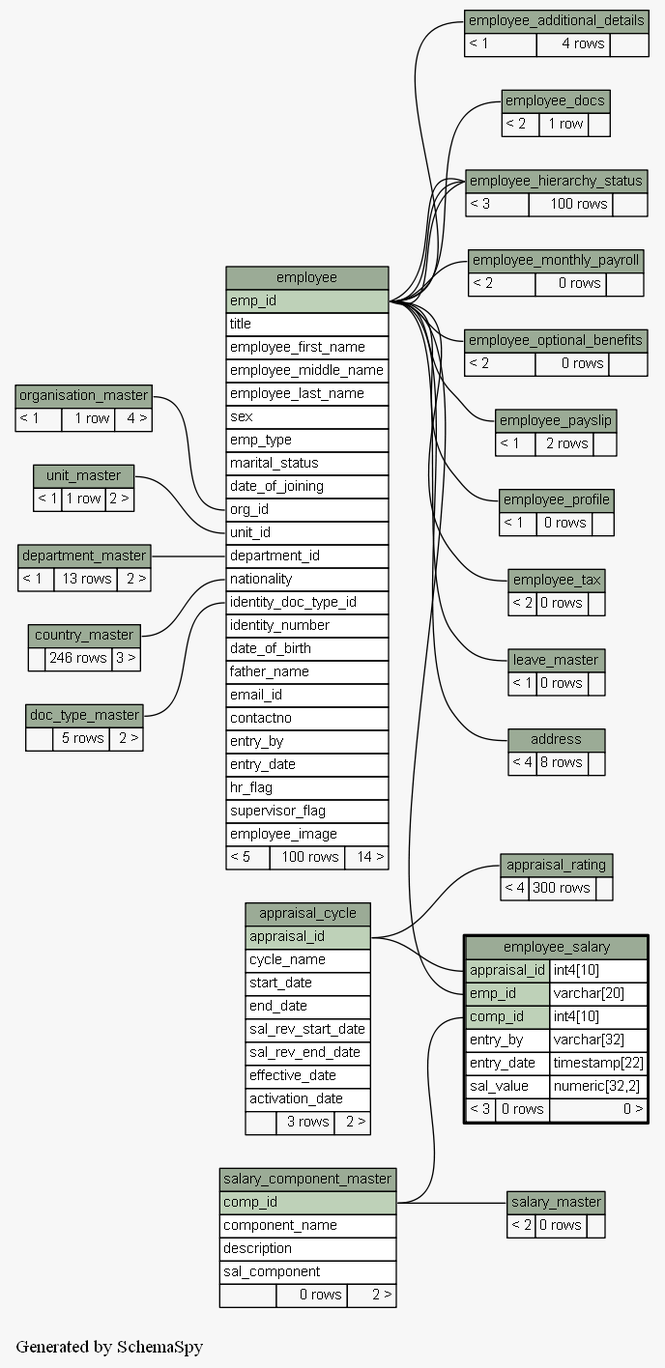
engineerscraft/hrms keeps this Graphviz diagram as docs/database/schemaspy/graphs/employee_salary.2degrees.png. Above is the earlier version. Its source is kept beside it as docs/database/schemaspy/graphs/employee_salary.2degrees.dot.
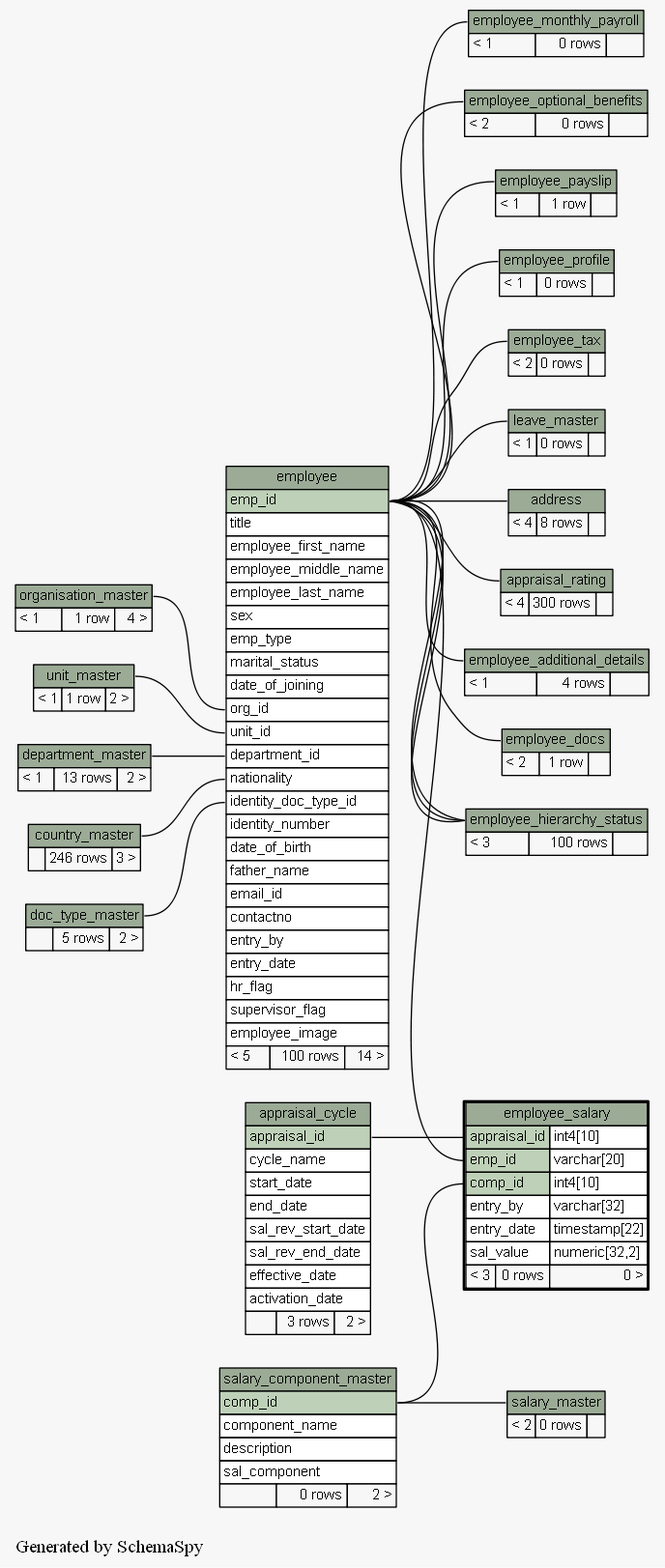
The same diagram one commit later.

Change to the diagram source:
```diff
@@ -14,7 +14,7 @@
     arrowsize="0.8"
   ];
   "address":"address.heading":w -> "employee":"emp_id":e [arrowtail=crowtee arrowhead=none];
-  "appraisal_rating":"appraisal_rating.heading":w -> "appraisal_cycle":"appraisal_id":e [arrowtail=crowtee arrowhead=none];
+  "appraisal_rating":"appraisal_rating.heading":w -> "employee":"emp_id":e [arrowtail=crowtee arrowhead=none];
   "employee":"department_id":w -> "department_master":"department_master.heading":e [arrowtail=crowodot arrowhead=none];
   "employee":"identity_doc_type_id":w -> "doc_type_master":"doc_type_master.heading":e [arrowtail=crowodot arrowhead=none];
   "employee":"nationality":w -> "country_master":"country_master.heading":e [arrowtail=crowodot arrowhead=none];
@@ -161,7 +161,7 @@
     label=<
     <TABLE BORDER="0" CELLBORDER="1" CELLSPACING="0" BGCOLOR="#ffffff">
       <TR><TD PORT="employee_monthly_payroll.heading" COLSPAN="3" BGCOLOR="#9bab96" ALIGN="CENTER">employee_monthly_payroll</TD></TR>
-      <TR><TD ALIGN="LEFT" BGCOLOR="#f7f7f7">&lt; 2</TD><TD ALIGN="RIGHT" BGCOLOR="#f7f7f7">0 rows</TD><TD ALIGN="RIGHT" BGCOLOR="#f7f7f7">  </TD></TR>
+      <TR><TD ALIGN="LEFT" BGCOLOR="#f7f7f7">&lt; 1</TD><TD ALIGN="RIGHT" BGCOLOR="#f7f7f7">0 rows</TD><TD ALIGN="RIGHT" BGCOLOR="#f7f7f7">  </TD></TR>
     </TABLE>>
     URL="employee_monthly_payroll.html#graph"
     tooltip="employee_monthly_payroll"
@@ -179,7 +179,7 @@
     label=<
     <TABLE BORDER="0" CELLBORDER="1" CELLSPACING="0" BGCOLOR="#ffffff">
       <TR><TD PORT="employee_payslip.heading" COLSPAN="3" BGCOLOR="#9bab96" ALIGN="CENTER">employee_payslip</TD></TR>
-      <TR><TD ALIGN="LEFT" BGCOLOR="#f7f7f7">&lt; 1</TD><TD ALIGN="RIGHT" BGCOLOR="#f7f7f7">2 rows</TD><TD ALIGN="RIGHT" BGCOLOR="#f7f7f7">  </TD></TR>
+      <TR><TD ALIGN="LEFT" BGCOLOR="#f7f7f7">&lt; 1</TD><TD ALIGN="RIGHT" BGCOLOR="#f7f7f7">1 row</TD><TD ALIGN="RIGHT" BGCOLOR="#f7f7f7">  </TD></TR>
     </TABLE>>
     URL="employee_payslip.html#graph"
     tooltip="employee_payslip"
```
